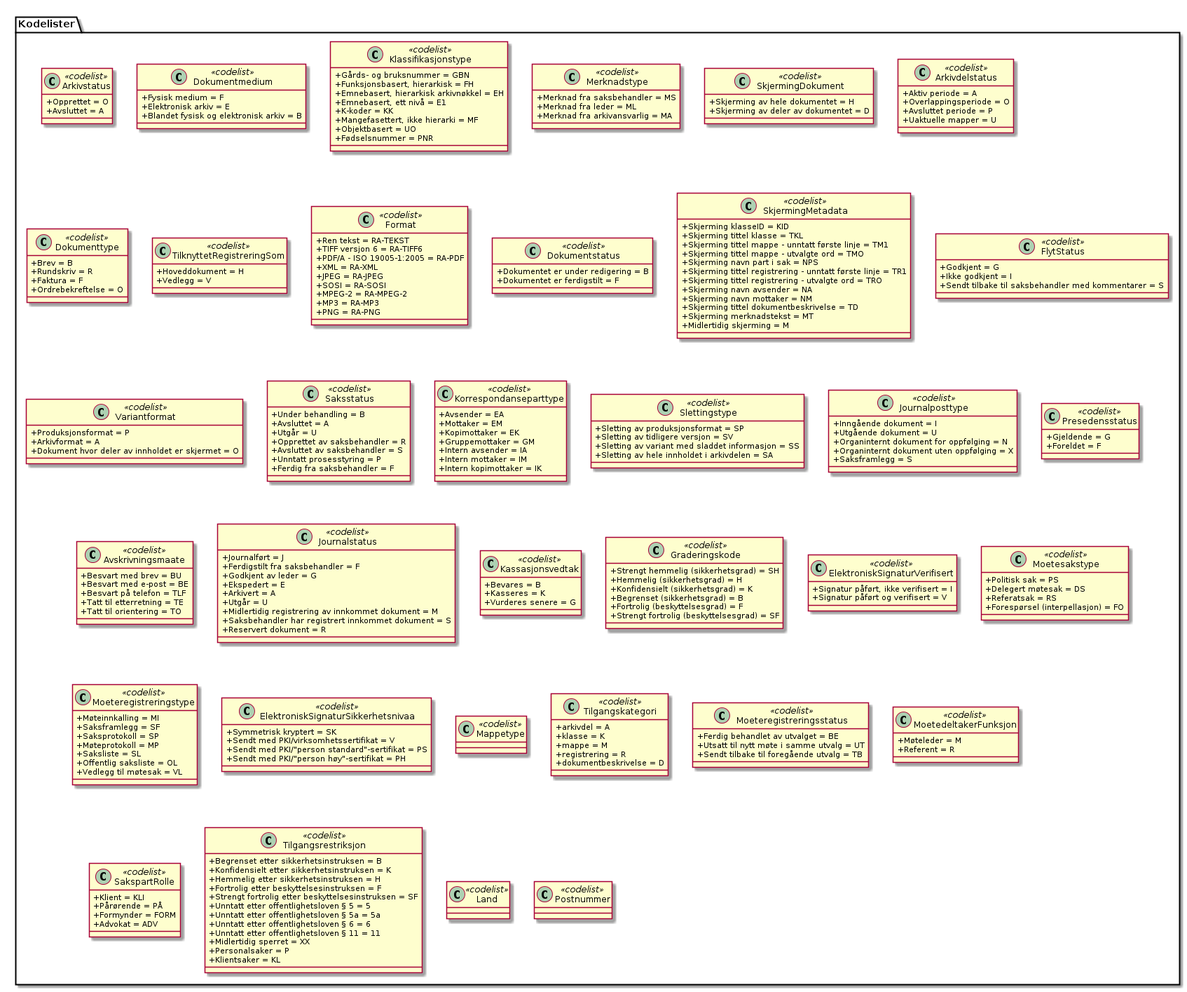
Above: kapitler/media/uml-kodelister-entiter.png in arkivverket/noark5-tjenestegrensesnitt-standard (PlantUML), before the change.
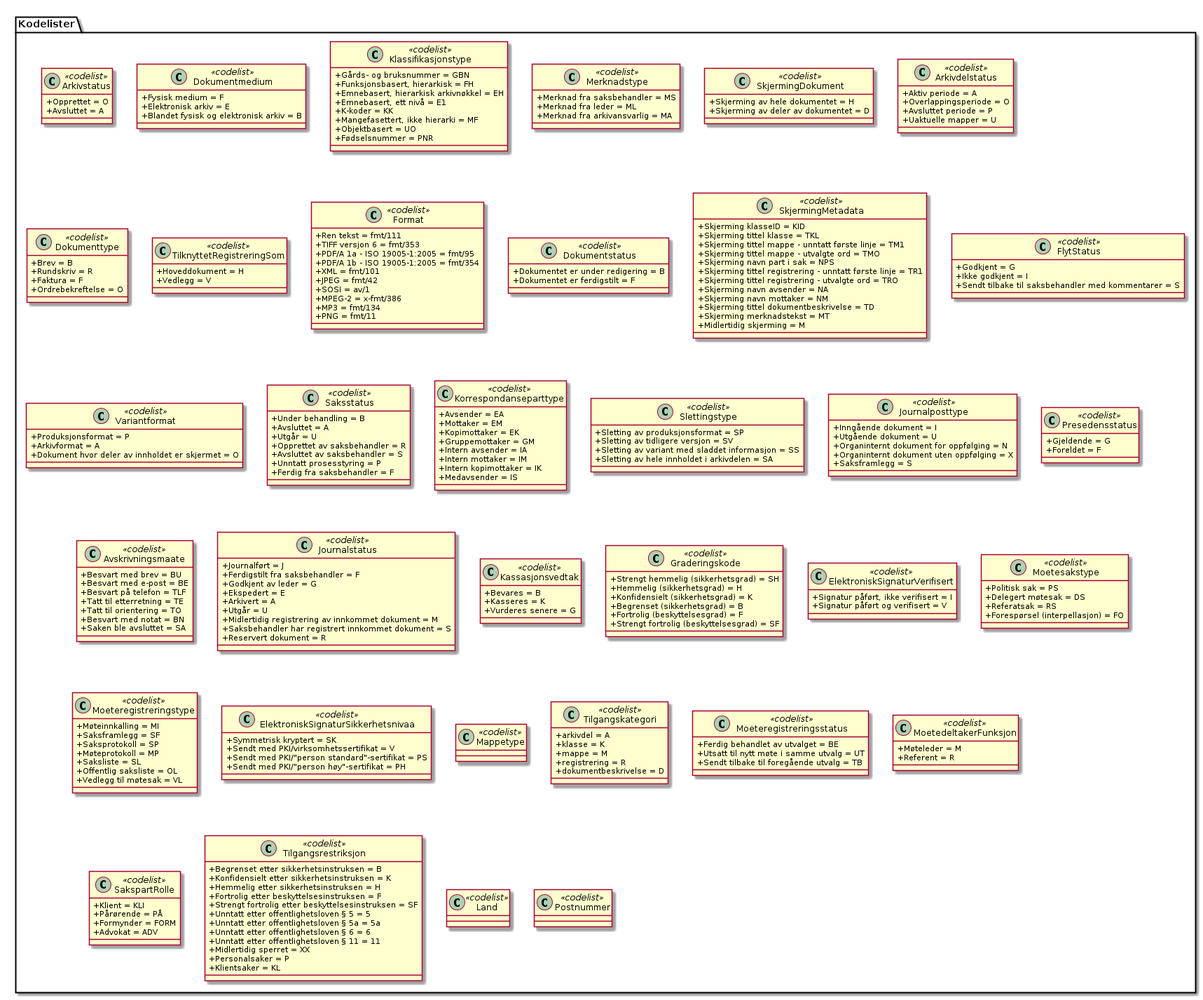
The same file after the commit.

The edit, as a diff of the source:
```diff
@@ -46,15 +46,16 @@
   +Vedlegg = V
 }
 class Kodelister.Format <<codelist>> {
-  +Ren tekst = RA-TEKST
-  +TIFF versjon 6 = RA-TIFF6
-  +PDF/A - ISO 19005-1:2005 = RA-PDF
-  +XML = RA-XML
-  +JPEG = RA-JPEG
-  +SOSI = RA-SOSI
-  +MPEG-2 = RA-MPEG-2
-  +MP3 = RA-MP3
-  +PNG = RA-PNG
+  +Ren tekst = fmt/111
+  +TIFF versjon 6 = fmt/353
+  +PDF/A 1a - ISO 19005-1:2005 = fmt/95
+  +PDF/A 1b - ISO 19005-1:2005 = fmt/354
+  +XML = fmt/101
+  +JPEG = fmt/42
+  +SOSI = av/1
+  +MPEG-2 = x-fmt/386
+  +MP3 = fmt/134
+  +PNG = fmt/11
 }
 class Kodelister.Dokumentstatus <<codelist>> {
   +Dokumentet er under redigering = B
@@ -101,6 +102,7 @@
   +Intern avsender = IA
   +Intern mottaker = IM
   +Intern kopimottaker = IK
+  +Medavsender = IS
 }
 class Kodelister.Slettingstype <<codelist>> {
   +Sletting av produksjonsformat = SP
@@ -125,6 +127,8 @@
   +Besvart på telefon = TLF
   +Tatt til etterretning = TE
   +Tatt til orientering = TO
+  +Besvart med notat = BN
+  +Saken ble avsluttet = SA
 }
 class Kodelister.Journalstatus <<codelist>> {
   +Journalført = J
```
